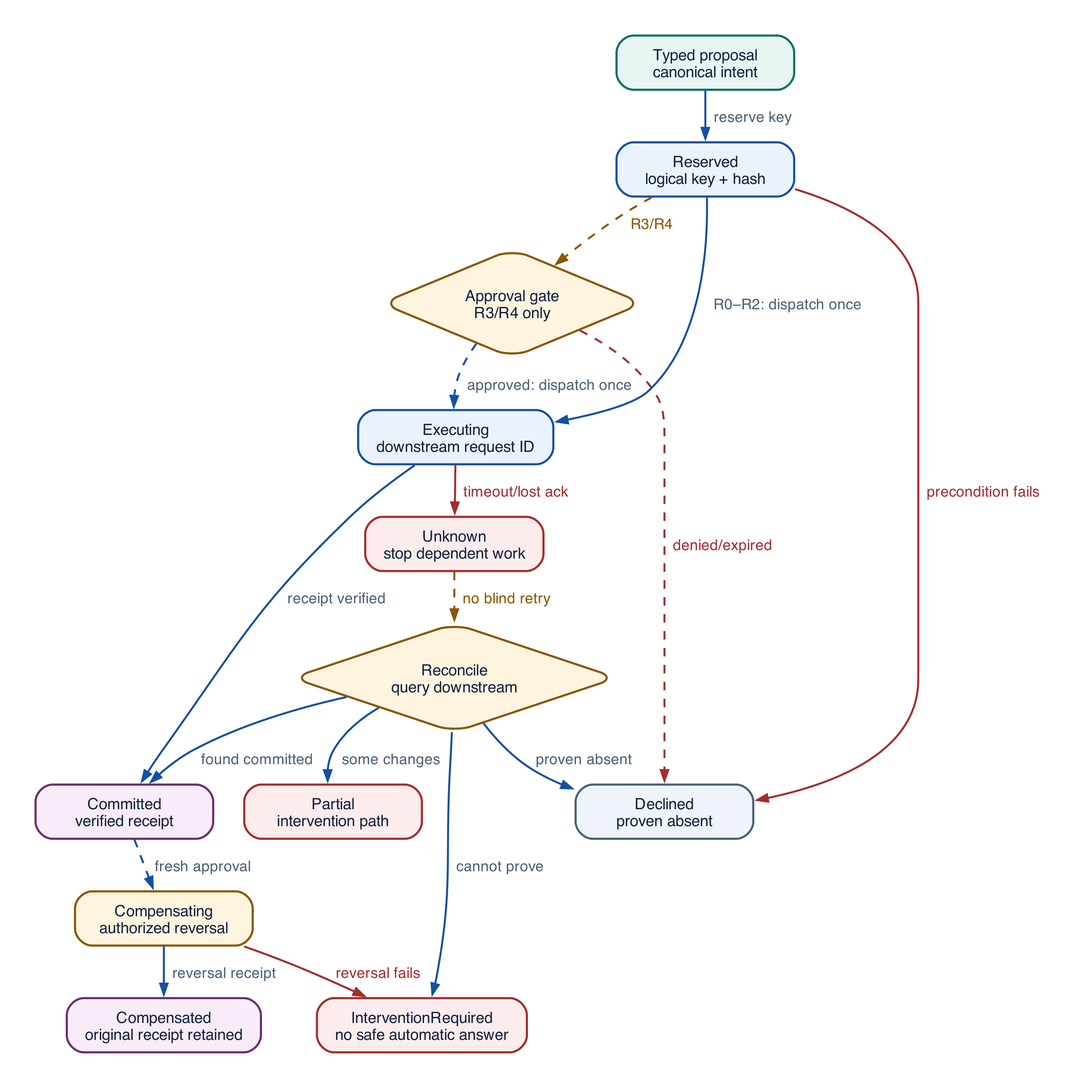
Above: assets/diagrams/effect-lifecycle.png in rrahimi-uci/building-enterprise-general-intelligence (Graphviz), before the change. Its source is kept beside it as assets/diagrams/src/effect-lifecycle.gv.
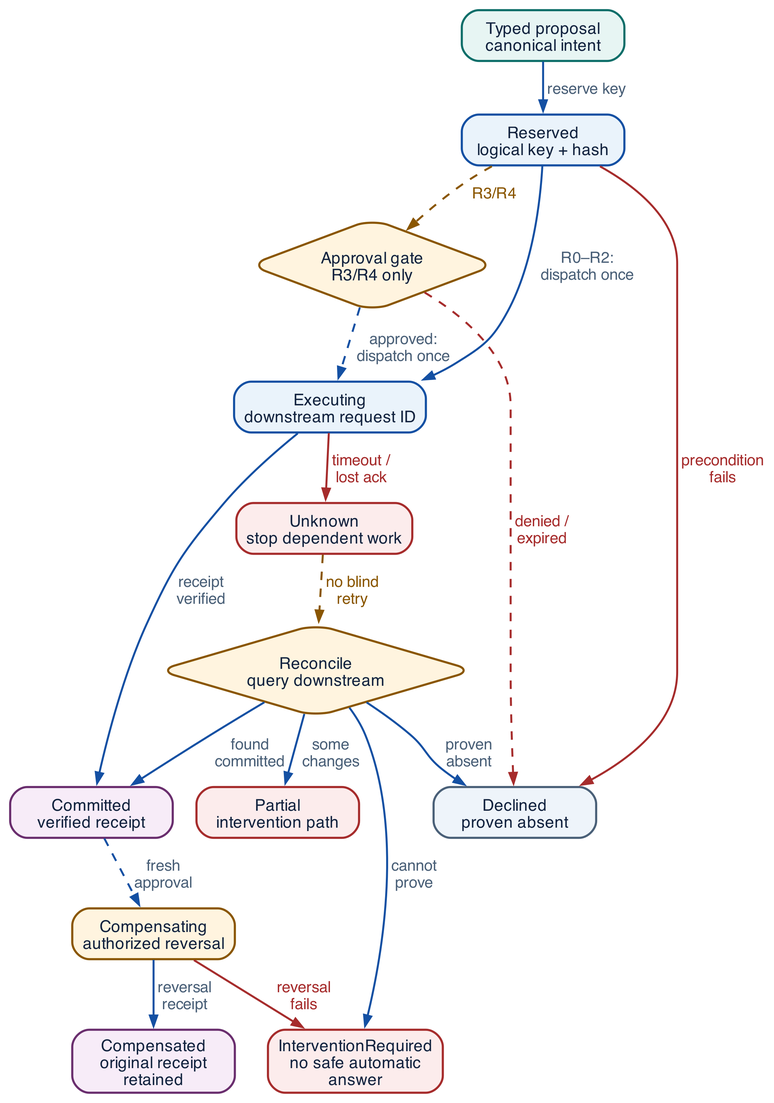
After the change.

What changed in the source:
```diff
@@ -1,7 +1,8 @@
 digraph effect_lifecycle {
   rankdir = TB
-  graph [ranksep=0.35, nodesep=0.30]
-  node [width=1.75, fontsize=11]
+  graph [ranksep=0.35, nodesep=0.24, pad=0.1]
+  node [width=1.6, fontsize=11.5, margin="0.10,0.06"]
+  edge [fontsize=11]
 
   proposal [label="Typed proposal\ncanonical intent", fillcolor="#E7F5F3", color="#0D6E69"]
   approval [label="Approval gate\nR3/R4 only", shape=diamond, fillcolor="#FFF4DF", color="#8A5600"]
@@ -12,24 +13,24 @@
   unknown [label="Unknown\nstop dependent work", fillcolor="#FCECEC", color="#A62C2C"]
   reconcile [label="Reconcile\nquery downstream", shape=diamond, fillcolor="#FFF4DF", color="#8A5600"]
   partial [label="Partial\nintervention path", fillcolor="#FCECEC", color="#A62C2C"]
-  intervention [label="InterventionRequired\nno safe automatic answer", fillcolor="#FCECEC", color="#A62C2C"]
+  intervention [label="InterventionRequired\nno safe automatic\nanswer", fillcolor="#FCECEC", color="#A62C2C"]
   compensating [label="Compensating\nauthorized reversal", fillcolor="#FFF4DF", color="#8A5600"]
-  compensated [label="Compensated\noriginal receipt retained", fillcolor="#F7ECF8", color="#6A2E6E"]
+  compensated [label="Compensated\noriginal receipt\nretained", fillcolor="#F7ECF8", color="#6A2E6E"]
 
-  proposal -> reserved [label="  reserve key  "]
-  reserved -> executing [label="  R0–R2: dispatch once  "]
+  proposal -> reserved [label=" reserve key"]
+  reserved -> executing [label=" R0–R2:\n dispatch once"]
   reserved -> approval [label="  R3/R4  ", style=dashed, color="#8A5600", fontcolor="#8A5600"]
-  approval -> executing [label="  approved: dispatch once  ", style=dashed]
-  approval -> declined [label="  denied/expired  ", style=dashed, color="#A62C2C", fontcolor="#A62C2C"]
-  reserved -> declined [label="  precondition fails  ", color="#A62C2C", fontcolor="#A62C2C"]
-  executing -> committed [label="  receipt verified  "]
-  executing -> unknown [label="  timeout/lost ack  ", color="#A62C2C", fontcolor="#A62C2C"]
-  unknown -> reconcile [label="  no blind retry  ", style=dashed, color="#8A5600", fontcolor="#8A5600"]
-  reconcile -> committed [label="  found committed  "]
-  reconcile -> declined [label="  proven absent  "]
-  reconcile -> partial [label="  some changes  "]
-  reconcile -> intervention [label="  cannot prove  "]
-  committed -> compensating [label="  fresh approval  ", style=dashed]
-  compensating -> compensated [label="  reversal receipt  "]
-  compensating -> intervention [label="  reversal fails  ", color="#A62C2C", fontcolor="#A62C2C"]
+  approval -> executing [label=" approved:\n dispatch once", style=dashed]
+  approval -> declined [label=" denied /\n expired", style=dashed, color="#A62C2C", fontcolor="#A62C2C"]
+  reserved -> declined [label=" precondition\n fails", color="#A62C2C", fontcolor="#A62C2C"]
+  executing -> committed [label=" receipt\n verified"]
+  executing -> unknown [label=" timeout /\n lost ack", color="#A62C2C", fontcolor="#A62C2C"]
+  unknown -> reconcile [label=" no blind\n retry", style=dashed, color="#8A5600", fontcolor="#8A5600"]
+  reconcile -> committed [label=" found\n committed"]
+  reconcile -> declined [label=" proven\n absent"]
+  reconcile -> partial [label=" some\n changes"]
+  reconcile -> intervention [label=" cannot\n prove"]
+  committed -> compensating [label=" fresh\n approval", style=dashed]
+  compensating -> compensated [label=" reversal\n receipt"]
+  compensating -> intervention [label=" reversal\n fails", color="#A62C2C", fontcolor="#A62C2C"]
 }
```
